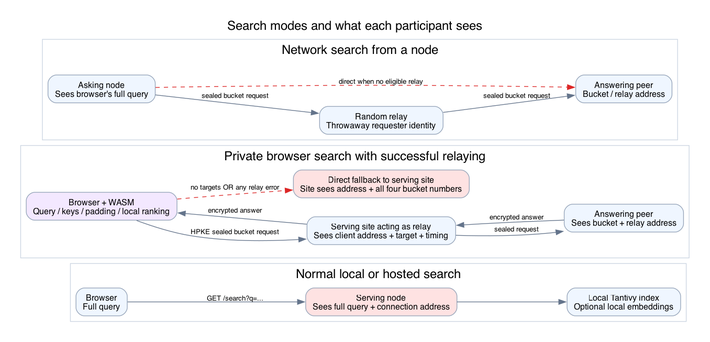
This is docs/reviews/diagrams/search-privacy.png from SueHeir/plumb-search, a Graphviz export, as it was before one commit. Its source is kept beside it as docs/reviews/diagrams/search-privacy.dot. Its diagram source:
```dot
digraph Plumb {
graph [rankdir=LR, bgcolor="white", pad="0.3", nodesep="0.35", ranksep="0.55", fontname="Helvetica", fontsize=18];
node [shape=box, style="rounded,filled", fillcolor="#eff6ff", color="#94a3b8", fontname="Helvetica", fontsize=12, margin="0.14,0.10"];
edge [color="#64748b", fontname="Helvetica", fontsize=10];
label="Search modes and what each participant sees"; labelloc=t;
subgraph cluster_normal { label="Normal local or hosted search"; color="#cbd5e1";
normal_browser [label="Browser\nFull query"];
normal_node [label="Serving node\nSees full query + connection address", fillcolor="#fee2e2"];
local_index [label="Local Tantivy index\nOptional local embeddings"];
normal_browser -> normal_node [label="GET /search?q=..."]; normal_node -> local_index;
}
subgraph cluster_private { label="Private browser search with successful relaying"; color="#cbd5e1";
private_browser [label="Browser + WASM\nQuery / keys / padding / local ranking", fillcolor="#f3e8ff"];
relay [label="Serving site acting as relay\nSees client address + target + timing"];
target [label="Answering peer\nSees bucket + relay address"];
private_browser -> relay [label="HPKE sealed bucket request"];
relay -> target [label="sealed request"];
target -> relay [label="encrypted answer"];
relay -> private_browser [label="encrypted answer"];
fallback [label="Direct fallback to serving site\nSite sees address + all four bucket numbers", fillcolor="#fee2e2"];
private_browser -> fallback [label="no targets OR any relay error", style=dashed, color="#dc2626"];
}
subgraph cluster_peer { label="Network search from a node"; color="#cbd5e1";
asking [label="Asking node\nSees browser's full query"];
peer_relay [label="Random relay\nThrowaway requester identity"];
answering [label="Answering peer\nBucket / relay address"];
asking -> peer_relay -> answering [label="sealed bucket request"];
asking -> answering [label="direct when no eligible relay", style=dashed, color="#dc2626"];
}
}
```
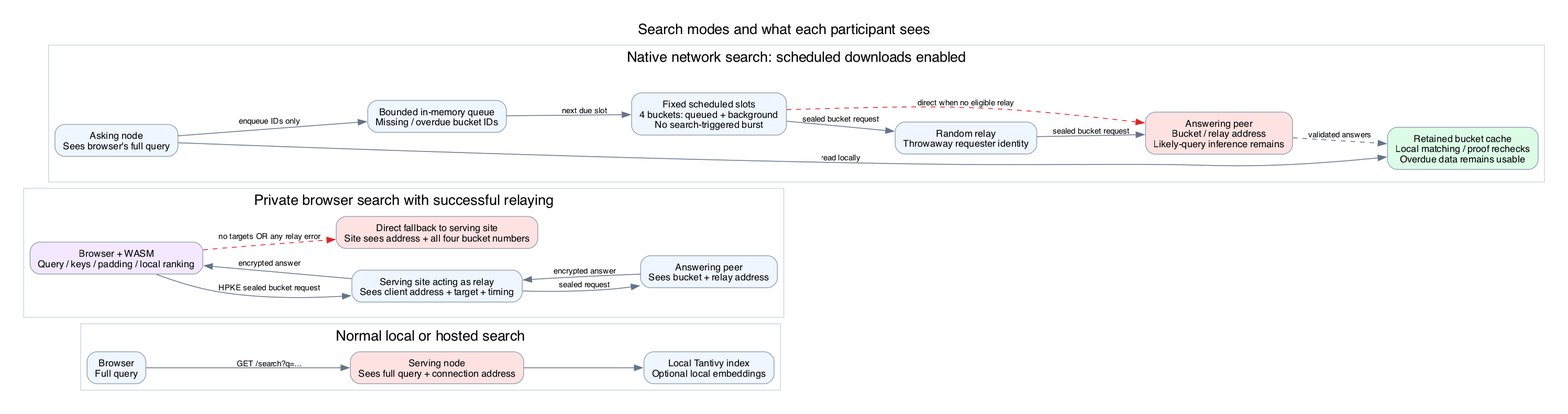
The same diagram one commit later.

Diff of the diagram source:
```diff
@@ -20,11 +20,18 @@
 fallback [label="Direct fallback to serving site\nSite sees address + all four bucket numbers", fillcolor="#fee2e2"];
 private_browser -> fallback [label="no targets OR any relay error", style=dashed, color="#dc2626"];
 }
-subgraph cluster_peer { label="Network search from a node"; color="#cbd5e1";
+subgraph cluster_peer { label="Native network search: scheduled downloads enabled"; color="#cbd5e1";
 asking [label="Asking node\nSees browser's full query"];
+cache [label="Retained bucket cache\nLocal matching / proof rechecks\nOverdue data remains usable", fillcolor="#dcfce7"];
+pending [label="Bounded in-memory queue\nMissing / overdue bucket IDs"];
+rounds [label="Fixed scheduled slots\n4 buckets: queued + background\nNo search-triggered burst"];
 peer_relay [label="Random relay\nThrowaway requester identity"];
-answering [label="Answering peer\nBucket / relay address"];
-asking -> peer_relay -> answering [label="sealed bucket request"];
-asking -> answering [label="direct when no eligible relay", style=dashed, color="#dc2626"];
+answering [label="Answering peer\nBucket / relay address\nLikely-query inference remains", fillcolor="#fee2e2"];
+asking -> cache [label="read locally"];
+asking -> pending [label="enqueue IDs only"];
+pending -> rounds [label="next due slot"];
+rounds -> peer_relay -> answering [label="sealed bucket request"];
+rounds -> answering [label="direct when no eligible relay", style=dashed, color="#dc2626"];
+answering -> cache [label="validated answers", style=dashed];
 }
 }
```
